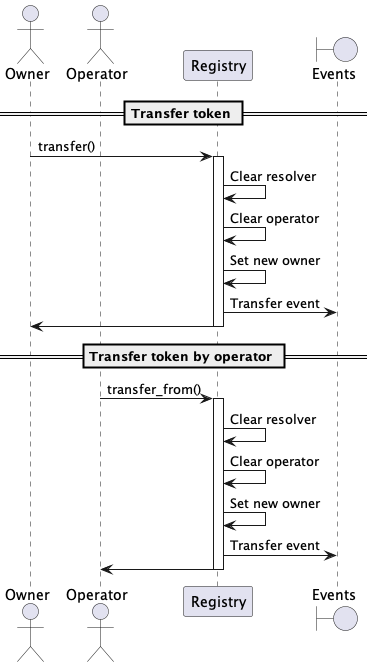
This is docs/sequence-diagrams/puml/transfer-domain.png from make-software/cspr-name-contracts, a PlantUML export, as it was before one commit. Its diagram source:
```plantuml
@startuml

actor Owner
actor Operator
participant "Registry"
boundary "Events"

== Transfer token ==

Owner -> Registry: transfer()
activate Registry
Registry -> Registry: Clear resolver
Registry -> Registry: Clear operator
Registry -> Registry : Set new owner
Registry -> "Events": Transfer event
Registry -> Owner
deactivate Registry

== Transfer token by operator ==

Operator -> Registry: transfer_from()
activate Registry
Registry -> Registry: Clear resolver
Registry -> Registry: Clear operator
Registry -> Registry : Set new owner
Registry -> "Events": Transfer event
Registry -> Operator
deactivate Registry

@enduml
```
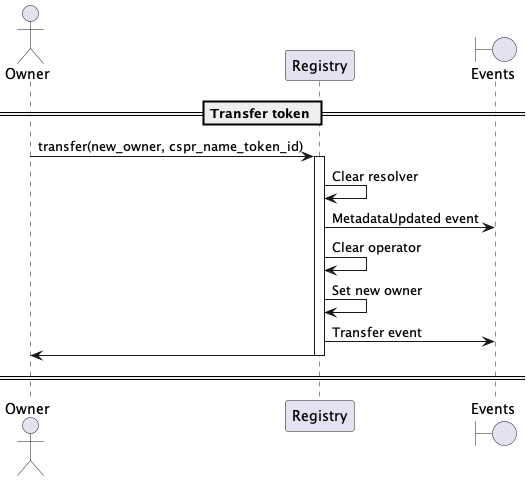
After the change.

What changed in the source:
```diff
@@ -1,30 +1,21 @@
 @startuml
 
 actor Owner
-actor Operator
 participant "Registry"
 boundary "Events"
 
 == Transfer token ==
 
-Owner -> Registry: transfer()
+Owner -> Registry: transfer(new_owner, cspr_name_token_id)
 activate Registry
 Registry -> Registry: Clear resolver
+Registry -> "Events": MetadataUpdated event
 Registry -> Registry: Clear operator
 Registry -> Registry : Set new owner
 Registry -> "Events": Transfer event
 Registry -> Owner
 deactivate Registry
 
-== Transfer token by operator ==
-
-Operator -> Registry: transfer_from()
-activate Registry
-Registry -> Registry: Clear resolver
-Registry -> Registry: Clear operator
-Registry -> Registry : Set new owner
-Registry -> "Events": Transfer event
-Registry -> Operator
-deactivate Registry
+== ==
 
 @enduml
```
